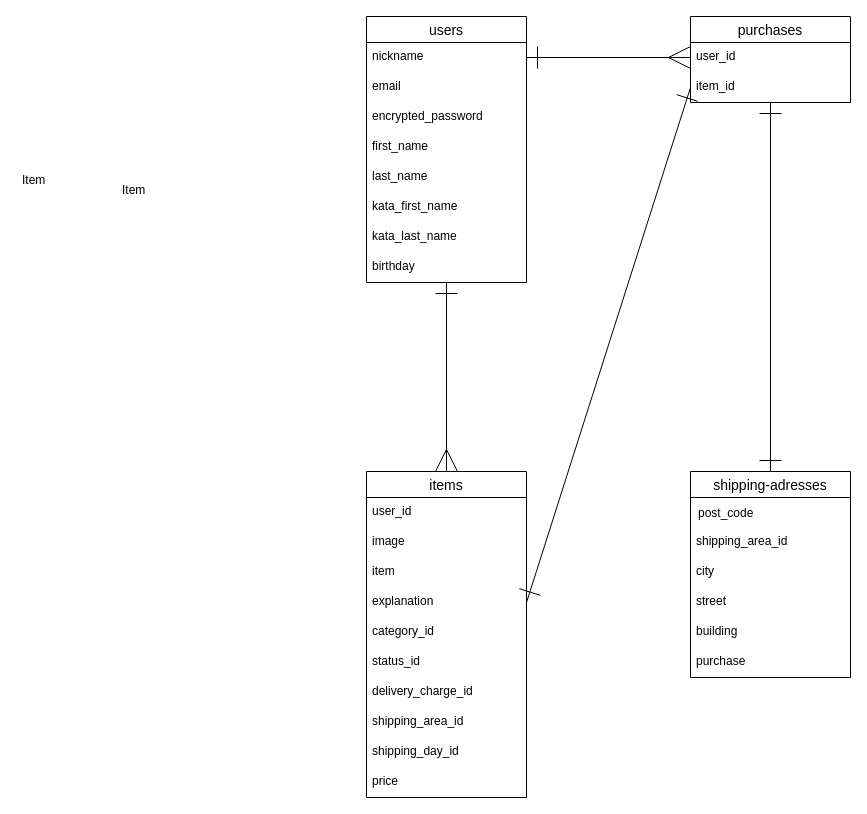
Above: page "ページ1" (1 of 2) of test.dio in hiroya-takatsuchi/furima-39964 (draw.io), before the change. Source tidied: cells renumbered, new cells numbered last; positions are measured from the earlier drawing's top-left corner, leaving out a move shared by most shapes. Both pictures are drawn from the tidied source at 100%, with x=0, y=0 at pixel (16, 16).
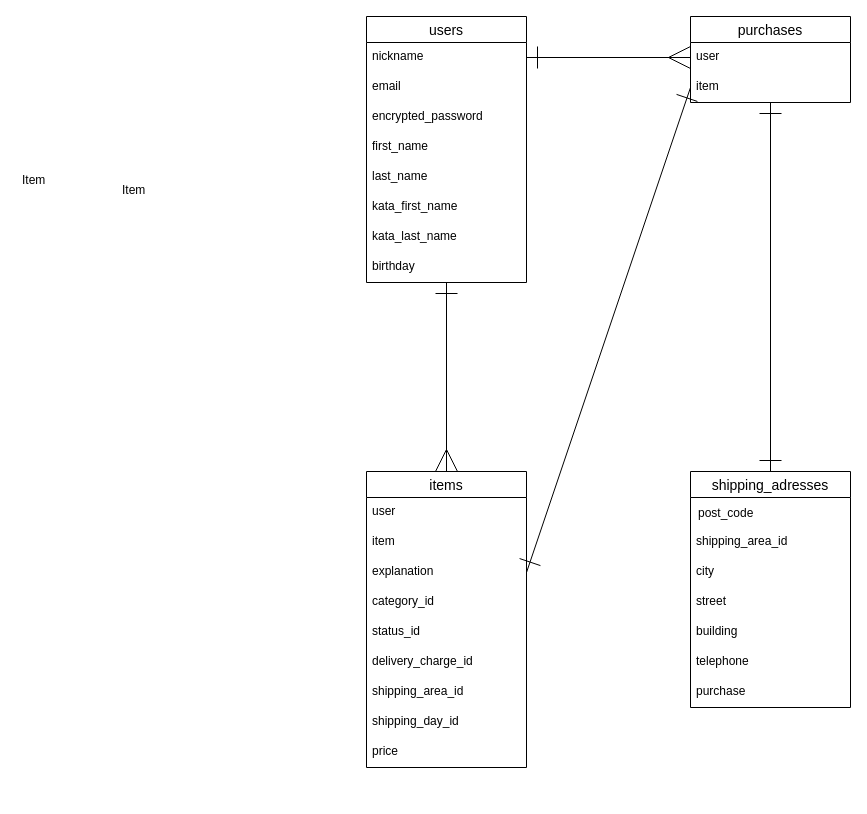
After the change.

Commit message:
データベース設計の修正⑤

The change refers to these unchanged cells:
```xml
<mxCell id="24" value="purchases" style="swimlane;fontStyle=0;horizontal=1;startSize=26;align=center;fontSize=14;" parent="1" vertex="1">
  <mxGeometry x="674" width="160" height="86" as="geometry" />
</mxCell>
```

The edit, as a diff of the source:
```diff
@@
     <mxCell id="12" value="items" style="swimlane;fontStyle=0;horizontal=1;startSize=26;align=center;fontSize=14;" parent="1" vertex="1">
-      <mxGeometry x="350" y="455" width="160" height="326" as="geometry" />
+      <mxGeometry x="350" y="455" width="160" height="296" as="geometry" />
     </mxCell>
-    <mxCell id="13" value="user_id" style="text;strokeColor=none;fillColor=none;spacingLeft=4;spacingRight=4;overflow=hidden;fontSize=12;" parent="12" vertex="1">
+    <mxCell id="13" value="user" style="text;strokeColor=none;fillColor=none;spacingLeft=4;spacingRight=4;overflow=hidden;fontSize=12;" parent="12" vertex="1">
       <mxGeometry y="26" width="160" height="30" as="geometry" />
     </mxCell>
-    <mxCell id="14" value="image" style="text;strokeColor=none;fillColor=none;spacingLeft=4;spacingRight=4;overflow=hidden;fontSize=12;" parent="12" vertex="1">
-      <mxGeometry y="56" width="160" height="30" as="geometry" />
-    </mxCell>
     <mxCell id="15" value="item" style="text;strokeColor=none;fillColor=none;spacingLeft=4;spacingRight=4;overflow=hidden;fontSize=12;" parent="12" vertex="1">
-      <mxGeometry y="86" width="160" height="30" as="geometry" />
+      <mxGeometry y="56" width="160" height="30" as="geometry" />
     </mxCell>
     <mxCell id="16" value="explanation" style="text;strokeColor=none;fillColor=none;spacingLeft=4;spacingRight=4;overflow=hidden;points=[[0,0.5],[1,0.5]];portConstraint=eastwest;fontSize=12;" parent="12" vertex="1">
-      <mxGeometry y="116" width="160" height="30" as="geometry" />
+      <mxGeometry y="86" width="160" height="30" as="geometry" />
     </mxCell>
     <mxCell id="17" value="category_id" style="text;strokeColor=none;fillColor=none;spacingLeft=4;spacingRight=4;overflow=hidden;fontSize=12;" parent="12" vertex="1">
-      <mxGeometry y="146" width="160" height="30" as="geometry" />
+      <mxGeometry y="116" width="160" height="30" as="geometry" />
     </mxCell>
     <mxCell id="18" value="status_id" style="text;strokeColor=none;fillColor=none;spacingLeft=4;spacingRight=4;overflow=hidden;fontSize=12;" parent="12" vertex="1">
-      <mxGeometry y="176" width="160" height="30" as="geometry" />
+      <mxGeometry y="146" width="160" height="30" as="geometry" />
     </mxCell>
     <mxCell id="19" value="delivery_charge_id" style="text;strokeColor=none;fillColor=none;spacingLeft=4;spacingRight=4;overflow=hidden;fontSize=12;" parent="12" vertex="1">
-      <mxGeometry y="206" width="160" height="30" as="geometry" />
+      <mxGeometry y="176" width="160" height="30" as="geometry" />
     </mxCell>
     <mxCell id="20" value="shipping_area_id" style="text;strokeColor=none;fillColor=none;spacingLeft=4;spacingRight=4;overflow=hidden;fontSize=12;" parent="12" vertex="1">
-      <mxGeometry y="236" width="160" height="30" as="geometry" />
+      <mxGeometry y="206" width="160" height="30" as="geometry" />
     </mxCell>
     <mxCell id="21" value="shipping_day_id" style="text;strokeColor=none;fillColor=none;spacingLeft=4;spacingRight=4;overflow=hidden;fontSize=12;" parent="12" vertex="1">
-      <mxGeometry y="266" width="160" height="30" as="geometry" />
+      <mxGeometry y="236" width="160" height="30" as="geometry" />
     </mxCell>
     <mxCell id="22" value="price" style="text;strokeColor=none;fillColor=none;spacingLeft=4;spacingRight=4;overflow=hidden;fontSize=12;" parent="12" vertex="1">
-      <mxGeometry y="296" width="160" height="30" as="geometry" />
+      <mxGeometry y="266" width="160" height="30" as="geometry" />
     </mxCell>
@@
-    <mxCell id="25" value="user_id" style="text;strokeColor=none;fillColor=none;spacingLeft=4;spacingRight=4;overflow=hidden;points=[[0,0.5],[1,0.5]];portConstraint=eastwest;fontSize=12;" parent="24" vertex="1">
+    <mxCell id="25" value="user" style="text;strokeColor=none;fillColor=none;spacingLeft=4;spacingRight=4;overflow=hidden;points=[[0,0.5],[1,0.5]];portConstraint=eastwest;fontSize=12;" parent="24" vertex="1">
       <mxGeometry y="26" width="160" height="30" as="geometry" />
     </mxCell>
-    <mxCell id="26" value="item_id" style="text;strokeColor=none;fillColor=none;spacingLeft=4;spacingRight=4;overflow=hidden;points=[[0,0.5],[1,0.5]];portConstraint=eastwest;fontSize=12;" parent="24" vertex="1">
+    <mxCell id="26" value="item" style="text;strokeColor=none;fillColor=none;spacingLeft=4;spacingRight=4;overflow=hidden;points=[[0,0.5],[1,0.5]];portConstraint=eastwest;fontSize=12;" parent="24" vertex="1">
       <mxGeometry y="56" width="160" height="30" as="geometry" />
     </mxCell>
-    <mxCell id="27" value="shipping-adresses" style="swimlane;fontStyle=0;horizontal=1;startSize=26;align=center;fontSize=14;" parent="1" vertex="1">
-      <mxGeometry x="674" y="455" width="160" height="206" as="geometry" />
+    <mxCell id="27" value="shipping_adresses" style="swimlane;fontStyle=0;horizontal=1;startSize=26;align=center;fontSize=14;" parent="1" vertex="1">
+      <mxGeometry x="674" y="455" width="160" height="236" as="geometry" />
     </mxCell>
@@
+    <mxCell id="38" value="telephone" style="text;strokeColor=none;fillColor=none;spacingLeft=4;spacingRight=4;overflow=hidden;fontSize=12;" parent="27" vertex="1">
+      <mxGeometry y="176" width="160" height="30" as="geometry" />
+    </mxCell>
     <mxCell id="33" value="purchase" style="text;strokeColor=none;fillColor=none;spacingLeft=4;spacingRight=4;overflow=hidden;fontSize=12;" parent="27" vertex="1">
-      <mxGeometry y="176" width="160" height="30" as="geometry" />
+      <mxGeometry y="206" width="160" height="30" as="geometry" />
     </mxCell>
```
